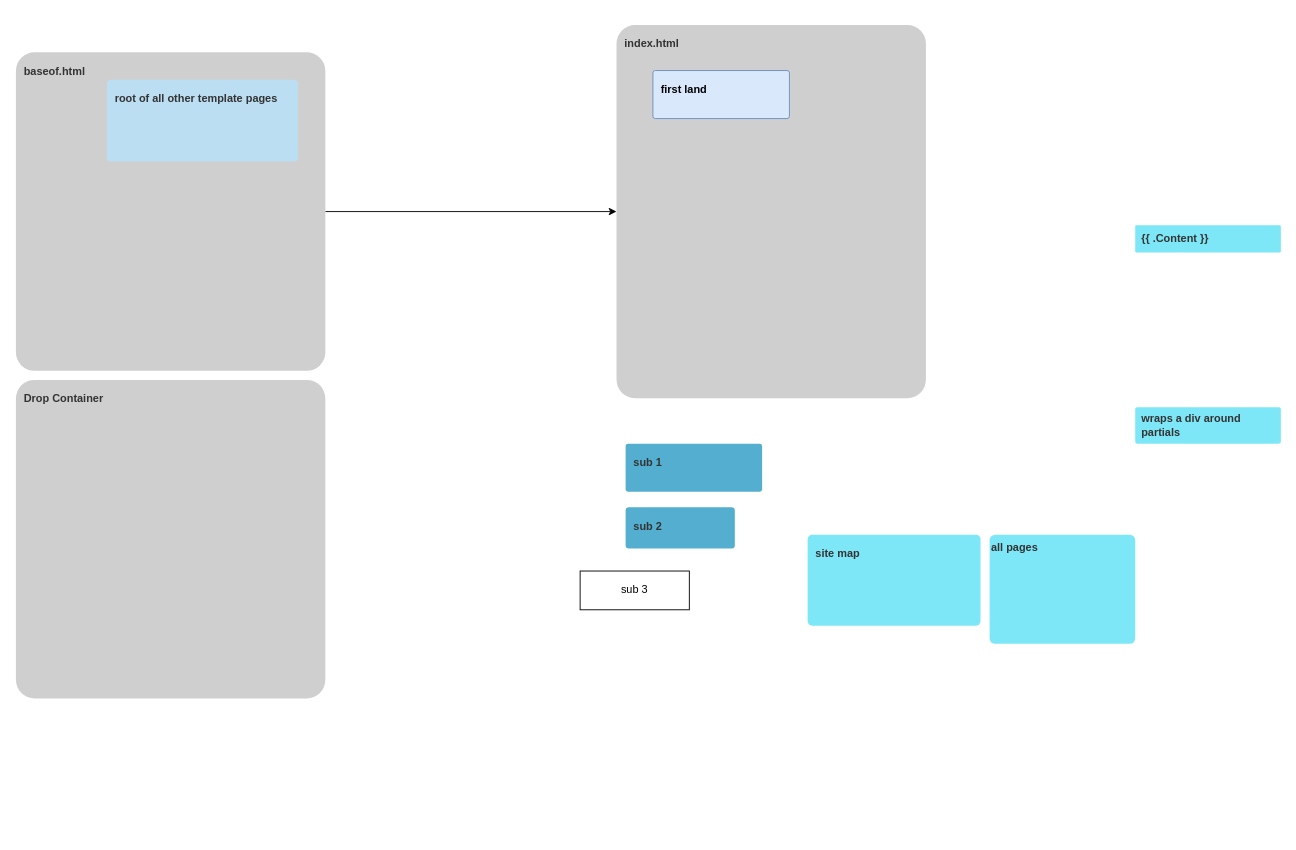
This is page "Tracking my theme inheritance" (3 of 5) of theme-tracking.drawio from umamiMike/technical-mess-diagrams, a draw.io file, before an edit. Source tidied: cells renumbered, new cells numbered last; positions are measured from the earlier drawing's top-left corner, leaving out a move shared by most shapes. Both pictures are drawn from the tidied source at 91%, with x=0, y=0 at pixel (15, 25).
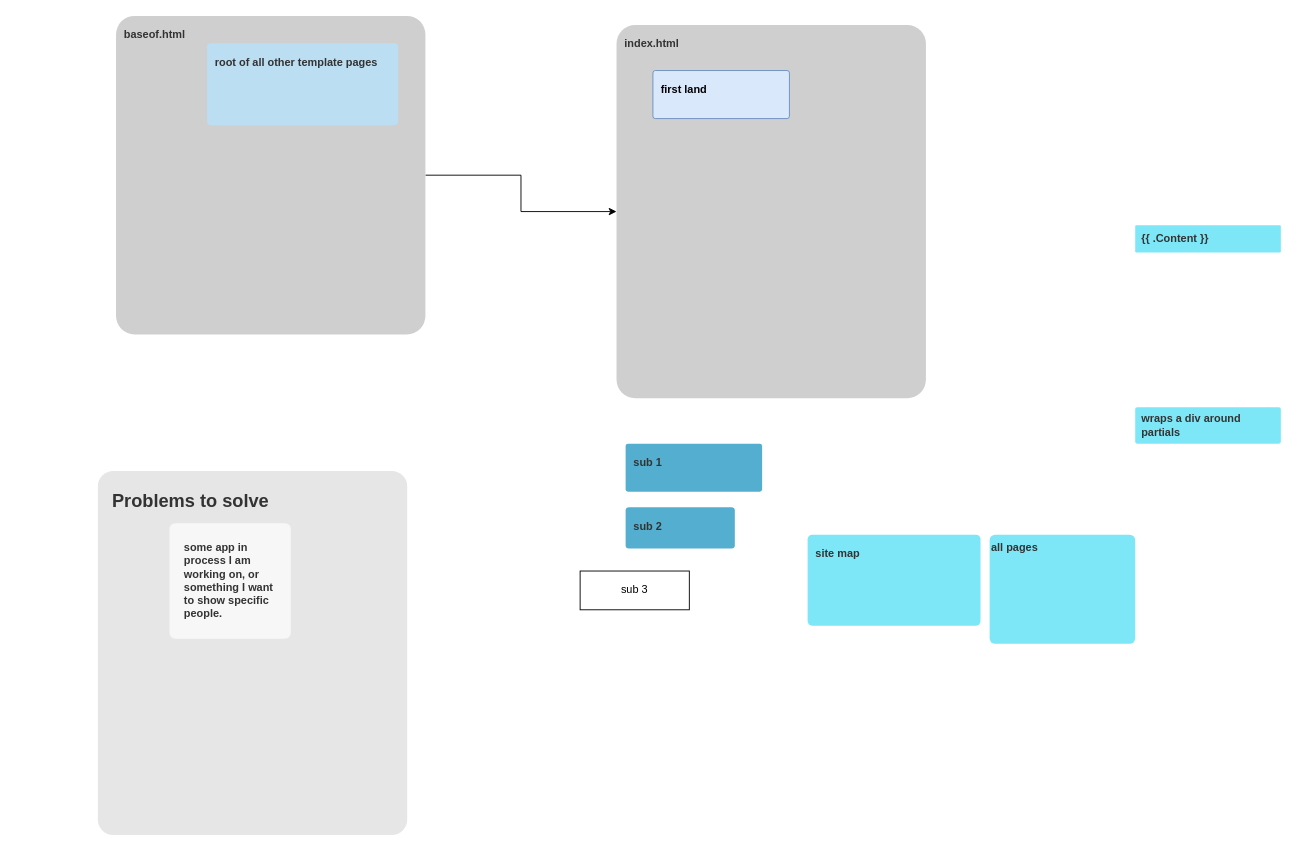
After the change.

The edit, as a diff of the source:
```diff
@@
 <mxGraphModel>
   <root>
     <mxCell id="0" />
     <mxCell id="1" parent="0" />
     <mxCell id="2" value="index.html" style="rounded=1;whiteSpace=wrap;html=1;fillColor=#CFCFCF;strokeColor=none;fontColor=#333333;fontStyle=1;spacing=9;arcSize=6;align=left;verticalAlign=top;" parent="1" vertex="1">
       <mxGeometry x="660" width="340" height="410" as="geometry" />
     </mxCell>
     <mxCell id="3" value="first land" style="rounded=1;whiteSpace=wrap;html=1;strokeColor=#6c8ebf;fontStyle=1;spacing=9;align=left;verticalAlign=top;arcSize=5;fillColor=#dae8fc;" parent="2" vertex="1">
       <mxGeometry x="40" y="50" width="150" height="52.8" as="geometry" />
     </mxCell>
     <mxCell id="4" style="edgeStyle=orthogonalEdgeStyle;rounded=0;jettySize=auto;html=1;" parent="1" edge="1" source="5" target="2">
       <mxGeometry relative="1" as="geometry" />
     </mxCell>
     <mxCell id="5" value="baseof.html" style="rounded=1;whiteSpace=wrap;html=1;fillColor=#CFCFCF;strokeColor=none;fontColor=#333333;fontStyle=1;spacing=9;arcSize=6;align=left;verticalAlign=top;" parent="1" vertex="1">
-      <mxGeometry y="30" width="340" height="350" as="geometry" />
+      <mxGeometry x="110" y="-10" width="340" height="350" as="geometry" />
     </mxCell>
     <mxCell id="6" value="root of all other template pages" style="rounded=1;whiteSpace=wrap;html=1;strokeColor=none;fontColor=#333333;fontStyle=1;spacing=9;align=left;verticalAlign=top;arcSize=5;fillColor=#BBDEF2;" parent="5" vertex="1">
       <mxGeometry x="100" y="30" width="210" height="90" as="geometry" />
     </mxCell>
     <mxCell id="7" value="site map" style="rounded=1;whiteSpace=wrap;html=1;strokeColor=none;fontColor=#333333;fontStyle=1;spacing=9;align=left;verticalAlign=top;arcSize=5;fillColor=#7EE7F7;" parent="1" vertex="1">
       <mxGeometry x="870" y="560" width="190" height="100" as="geometry" />
     </mxCell>
     <mxCell id="8" value="all pages" style="rounded=1;whiteSpace=wrap;html=1;strokeColor=none;fontColor=#333333;fontStyle=1;spacing=2;align=left;verticalAlign=top;arcSize=5;fillColor=#7EE7F7;" parent="1" vertex="1">
       <mxGeometry x="1070" y="560" width="160" height="120" as="geometry" />
     </mxCell>
     <mxCell id="9" value="wraps a div around&amp;nbsp; partials" style="rounded=1;whiteSpace=wrap;strokeColor=none;fontColor=#333333;fontStyle=1;spacing=7;align=left;verticalAlign=middle;arcSize=5;fillColor=#7EE7F7;html=1;labelBackgroundColor=none;labelPosition=center;verticalLabelPosition=middle;textDirection=ltr;horizontal=1;" parent="1" vertex="1">
       <mxGeometry x="1230" y="420" width="160" height="40" as="geometry" />
     </mxCell>
     <mxCell id="10" value="{{ .Content }}" style="rounded=1;whiteSpace=wrap;html=1;strokeColor=none;fontColor=#333333;fontStyle=1;spacing=7;align=left;verticalAlign=middle;arcSize=5;fillColor=#7EE7F7;" parent="1" vertex="1">
       <mxGeometry x="1230" y="220" width="160" height="30" as="geometry" />
     </mxCell>
-    <mxCell id="11" value="Drop Container" style="rounded=1;whiteSpace=wrap;html=1;fillColor=#CFCFCF;strokeColor=none;fontColor=#333333;fontStyle=1;spacing=9;arcSize=6;align=left;verticalAlign=top;labelBackgroundColor=none;" parent="1" vertex="1">
-      <mxGeometry y="390" width="340" height="350" as="geometry" />
-    </mxCell>
     <mxCell id="12" value="sub 3" style="whiteSpace=wrap;html=1;" parent="1" vertex="1">
       <mxGeometry x="620" y="600" width="120" height="42.6" as="geometry" />
     </mxCell>
     <mxCell id="13" value="sub 2" style="rounded=1;whiteSpace=wrap;html=1;fillColor=#53AECF;strokeColor=none;fontColor=#333333;fontStyle=1;spacing=9;align=left;verticalAlign=top;arcSize=8;" parent="1" vertex="1">
       <mxGeometry x="670" y="530" width="120" height="45.2" as="geometry" />
     </mxCell>
     <mxCell id="14" value="sub 1" style="rounded=1;whiteSpace=wrap;html=1;fillColor=#53AECF;strokeColor=none;fontColor=#333333;fontStyle=1;spacing=9;align=left;verticalAlign=top;arcSize=5;" parent="1" vertex="1">
       <mxGeometry x="670" y="460" width="150" height="52.8" as="geometry" />
     </mxCell>
+    <mxCell id="15" value="Problems to solve" style="rounded=1;whiteSpace=wrap;html=1;fontStyle=1;arcSize=5;align=left;verticalAlign=top;spacingLeft=8;spacingTop=8;fontSize=20;fontColor=#333333;fillColor=#E6E6E6;spacingBottom=16;spacing=8;strokeColor=none;" parent="1" vertex="1">
+      <mxGeometry x="90" y="490" width="340" height="400" as="geometry" />
+    </mxCell>
+    <mxCell id="16" value="some app in process I am working on, or something I want to show specific people." style="rounded=1;whiteSpace=wrap;html=1;fontStyle=1;arcSize=5;align=left;verticalAlign=top;spacingLeft=8;spacingTop=8;fontSize=12;fontColor=#333333;spacingBottom=16;spacing=8;fillColor=#F7F7F7;strokeColor=none;noLabel=0;" parent="15" vertex="1">
+      <mxGeometry x="78.8" y="57.4" width="133.2" height="127.1" as="geometry" />
+    </mxCell>
   </root>
 </mxGraphModel>
```
